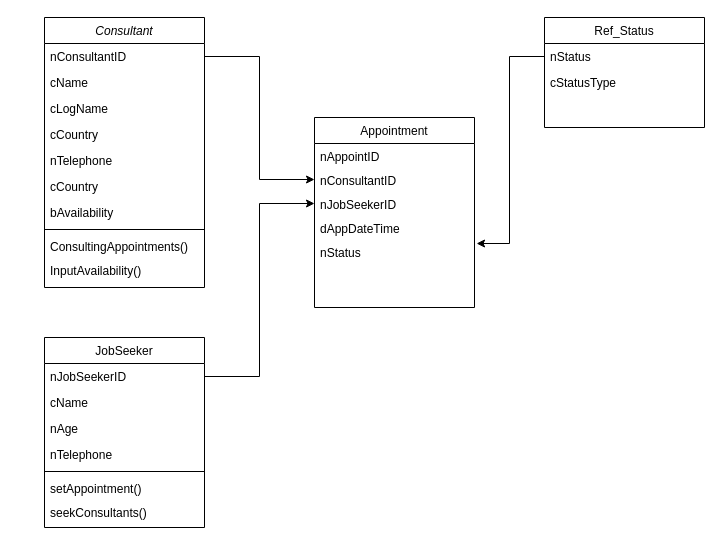
Above: Untitled Diagram.drawio in danujaysl/CourseworkADPRG (draw.io), before the change. Source tidied: cells renumbered, new cells numbered last; positions are measured from the earlier drawing's top-left corner, leaving out a move shared by most shapes. Both pictures are drawn from the tidied source at 100%, with x=0, y=0 at pixel (44, 17).
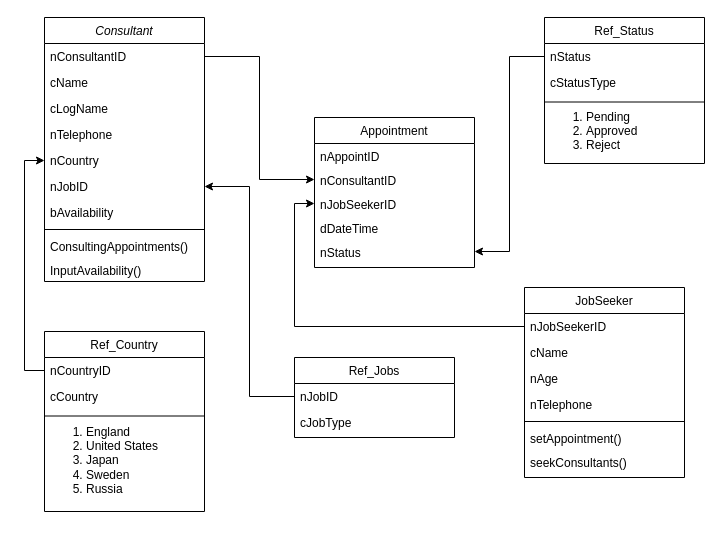
The same page after the edit.

Commit message:
Class Diagram

Unchanged cells that the change refers to:
```xml
<mxCell id="22" value="nStatus" style="text;align=left;verticalAlign=top;spacingLeft=4;spacingRight=4;overflow=hidden;points=[[0,0.5],[1,0.5]];portConstraint=eastwest;" parent="21" vertex="1">
  <mxGeometry y="26" width="160" height="26" as="geometry" />
</mxCell>
<mxCell id="29" value="nStatus" style="text;align=left;verticalAlign=top;spacingLeft=4;spacingRight=4;overflow=hidden;points=[[0,0.5],[1,0.5]];portConstraint=eastwest;" parent="24" vertex="1">
  <mxGeometry y="122" width="160" height="24" as="geometry" />
</mxCell>
```

Diff of the diagram source:
```diff
@@
     <mxCell id="2" value="Consultant&#10;" style="swimlane;fontStyle=2;align=center;verticalAlign=top;horizontal=1;startSize=26;rounded=0;shadow=0;strokeWidth=1;" parent="1" vertex="1">
-      <mxGeometry width="160" height="270" as="geometry" />
+      <mxGeometry width="160" height="264" as="geometry" />
     </mxCell>
@@
-    <mxCell id="6" value="cCountry" style="text;align=left;verticalAlign=top;spacingLeft=4;spacingRight=4;overflow=hidden;rounded=0;shadow=0;html=0;" parent="2" vertex="1">
-      <mxGeometry y="104" width="160" height="26" as="geometry" />
-    </mxCell>
     <mxCell id="7" value="nTelephone" style="text;align=left;verticalAlign=top;spacingLeft=4;spacingRight=4;overflow=hidden;rounded=0;shadow=0;html=0;" parent="2" vertex="1">
-      <mxGeometry y="130" width="160" height="26" as="geometry" />
+      <mxGeometry y="104" width="160" height="26" as="geometry" />
     </mxCell>
-    <mxCell id="8" value="cCountry" style="text;align=left;verticalAlign=top;spacingLeft=4;spacingRight=4;overflow=hidden;points=[[0,0.5],[1,0.5]];portConstraint=eastwest;rounded=0;shadow=0;html=0;" parent="2" vertex="1">
-      <mxGeometry y="156" width="160" height="26" as="geometry" />
+    <mxCell id="8" value="nCountry" style="text;align=left;verticalAlign=top;spacingLeft=4;spacingRight=4;overflow=hidden;points=[[0,0.5],[1,0.5]];portConstraint=eastwest;rounded=0;shadow=0;html=0;" parent="2" vertex="1">
+      <mxGeometry y="130" width="160" height="26" as="geometry" />
     </mxCell>
+    <mxCell id="33" value="nJobID" style="text;align=left;verticalAlign=top;spacingLeft=4;spacingRight=4;overflow=hidden;points=[[0,0.5],[1,0.5]];portConstraint=eastwest;rounded=0;shadow=0;html=0;" parent="2" vertex="1">
+      <mxGeometry y="156" width="160" height="26" as="geometry" />
+    </mxCell>
@@
     <mxCell id="13" value="JobSeeker&#10;" style="swimlane;fontStyle=0;align=center;verticalAlign=top;horizontal=1;startSize=26;rounded=0;shadow=0;strokeWidth=1;" parent="1" vertex="1">
-      <mxGeometry y="320" width="160" height="190" as="geometry" />
+      <mxGeometry x="480" y="270" width="160" height="190" as="geometry" />
     </mxCell>
@@
     <mxCell id="21" value="Ref_Status" style="swimlane;fontStyle=0;align=center;verticalAlign=top;horizontal=1;startSize=26;rounded=0;shadow=0;strokeWidth=1;" parent="1" vertex="1">
-      <mxGeometry x="500" width="160" height="110" as="geometry" />
+      <mxGeometry x="500" width="160" height="146" as="geometry" />
     </mxCell>
@@
+    <mxCell id="34" style="endArrow=none;html=1;rounded=0;" parent="21" edge="1">
+      <mxGeometry relative="1" as="geometry">
+        <mxPoint y="84.5" as="sourcePoint" />
+        <mxPoint x="160" y="84.5" as="targetPoint" />
+      </mxGeometry>
+    </mxCell>
+    <mxCell id="35" value="&lt;ol&gt;&lt;li&gt;Pending&lt;/li&gt;&lt;li&gt;Approved&lt;/li&gt;&lt;li&gt;Reject&lt;/li&gt;&lt;/ol&gt;" style="text;strokeColor=none;fillColor=none;html=1;whiteSpace=wrap;verticalAlign=middle;overflow=hidden;" parent="21" vertex="1">
+      <mxGeometry y="78" width="160" height="68" as="geometry" />
+    </mxCell>
     <mxCell id="24" value="Appointment&#10;" style="swimlane;fontStyle=0;align=center;verticalAlign=top;horizontal=1;startSize=26;rounded=0;shadow=0;strokeWidth=1;" parent="1" vertex="1">
-      <mxGeometry x="270" y="100" width="160" height="190" as="geometry" />
+      <mxGeometry x="270" y="100" width="160" height="150" as="geometry" />
     </mxCell>
@@
-    <mxCell id="28" value="dAppDateTime" style="text;align=left;verticalAlign=top;spacingLeft=4;spacingRight=4;overflow=hidden;" parent="24" vertex="1">
+    <mxCell id="28" value="dDateTime" style="text;align=left;verticalAlign=top;spacingLeft=4;spacingRight=4;overflow=hidden;" parent="24" vertex="1">
       <mxGeometry y="98" width="160" height="24" as="geometry" />
     </mxCell>
@@
-    <mxCell id="32" style="edgeStyle=orthogonalEdgeStyle;rounded=0;jettySize=auto;html=1;entryX=1.013;entryY=0.167;entryDx=0;entryDy=0;entryPerimeter=0;" parent="1" edge="1" source="22" target="29">
+    <mxCell id="32" style="edgeStyle=orthogonalEdgeStyle;rounded=0;jettySize=auto;html=1;entryX=1;entryY=0.5;entryDx=0;entryDy=0;" parent="1" edge="1" source="22" target="29">
       <mxGeometry relative="1" as="geometry" />
     </mxCell>
+    <mxCell id="36" value="Ref_Country" style="swimlane;fontStyle=0;align=center;verticalAlign=top;horizontal=1;startSize=26;rounded=0;shadow=0;strokeWidth=1;" parent="1" vertex="1">
+      <mxGeometry y="314" width="160" height="180" as="geometry" />
+    </mxCell>
+    <mxCell id="37" value="nCountryID  " style="text;align=left;verticalAlign=top;spacingLeft=4;spacingRight=4;overflow=hidden;points=[[0,0.5],[1,0.5]];portConstraint=eastwest;" parent="36" vertex="1">
+      <mxGeometry y="26" width="160" height="26" as="geometry" />
+    </mxCell>
+    <mxCell id="6" value="cCountry" style="text;align=left;verticalAlign=top;spacingLeft=4;spacingRight=4;overflow=hidden;" parent="36" vertex="1">
+      <mxGeometry y="52" width="160" height="26" as="geometry" />
+    </mxCell>
+    <mxCell id="38" style="endArrow=none;html=1;rounded=0;" parent="36" edge="1">
+      <mxGeometry relative="1" as="geometry">
+        <mxPoint y="84.5" as="sourcePoint" />
+        <mxPoint x="160" y="84.5" as="targetPoint" />
+      </mxGeometry>
+    </mxCell>
+    <mxCell id="39" value="&lt;ol&gt;&lt;li&gt;England&lt;/li&gt;&lt;li&gt;United States&lt;/li&gt;&lt;li&gt;Japan&lt;/li&gt;&lt;li&gt;Sweden&lt;/li&gt;&lt;li&gt;Russia&lt;/li&gt;&lt;/ol&gt;" style="text;strokeColor=none;fillColor=none;html=1;whiteSpace=wrap;verticalAlign=middle;overflow=hidden;" parent="36" vertex="1">
+      <mxGeometry y="78" width="160" height="102" as="geometry" />
+    </mxCell>
+    <mxCell id="40" style="edgeStyle=orthogonalEdgeStyle;rounded=0;jettySize=auto;html=1;entryX=0;entryY=0.5;entryDx=0;entryDy=0;" parent="1" edge="1" source="37" target="8">
+      <mxGeometry relative="1" as="geometry" />
+    </mxCell>
+    <mxCell id="41" value="Ref_Jobs" style="swimlane;fontStyle=0;align=center;verticalAlign=top;horizontal=1;startSize=26;rounded=0;shadow=0;strokeWidth=1;" parent="1" vertex="1">
+      <mxGeometry x="250" y="340" width="160" height="80" as="geometry" />
+    </mxCell>
+    <mxCell id="42" value="nJobID" style="text;align=left;verticalAlign=top;spacingLeft=4;spacingRight=4;overflow=hidden;points=[[0,0.5],[1,0.5]];portConstraint=eastwest;" parent="41" vertex="1">
+      <mxGeometry y="26" width="160" height="26" as="geometry" />
+    </mxCell>
+    <mxCell id="43" value="cJobType" style="text;align=left;verticalAlign=top;spacingLeft=4;spacingRight=4;overflow=hidden;" parent="41" vertex="1">
+      <mxGeometry y="52" width="160" height="26" as="geometry" />
+    </mxCell>
+    <mxCell id="44" style="edgeStyle=orthogonalEdgeStyle;rounded=0;jettySize=auto;html=1;entryX=1;entryY=0.5;entryDx=0;entryDy=0;" parent="1" edge="1" source="42" target="33">
+      <mxGeometry relative="1" as="geometry" />
+    </mxCell>
```
